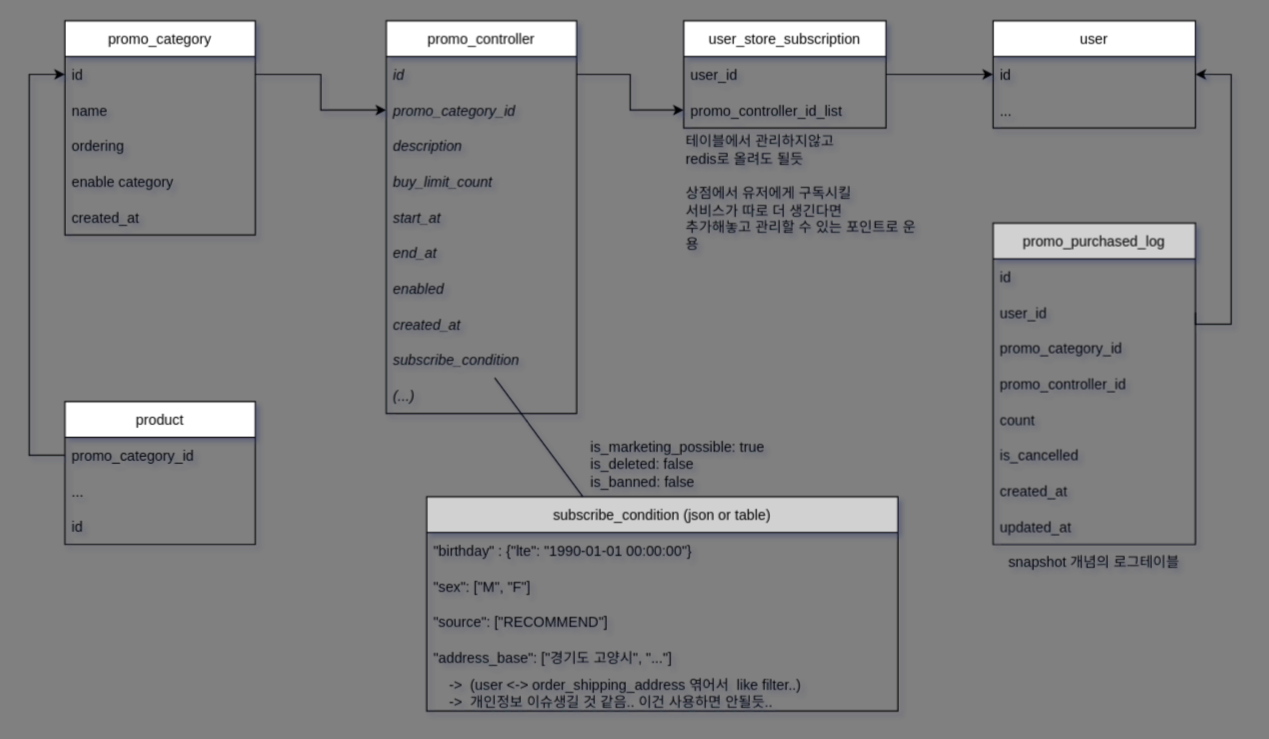
dev4hobby/promo-tables keeps this draw.io diagram as docs/promotion.drawio. Above is the earlier version. Source tidied: cells renumbered, new cells numbered last; positions are measured from the earlier drawing's top-left corner, leaving out a move shared by most shapes. Both pictures are drawn from the tidied source at 119%, with x=0, y=0 at pixel (29, 20).
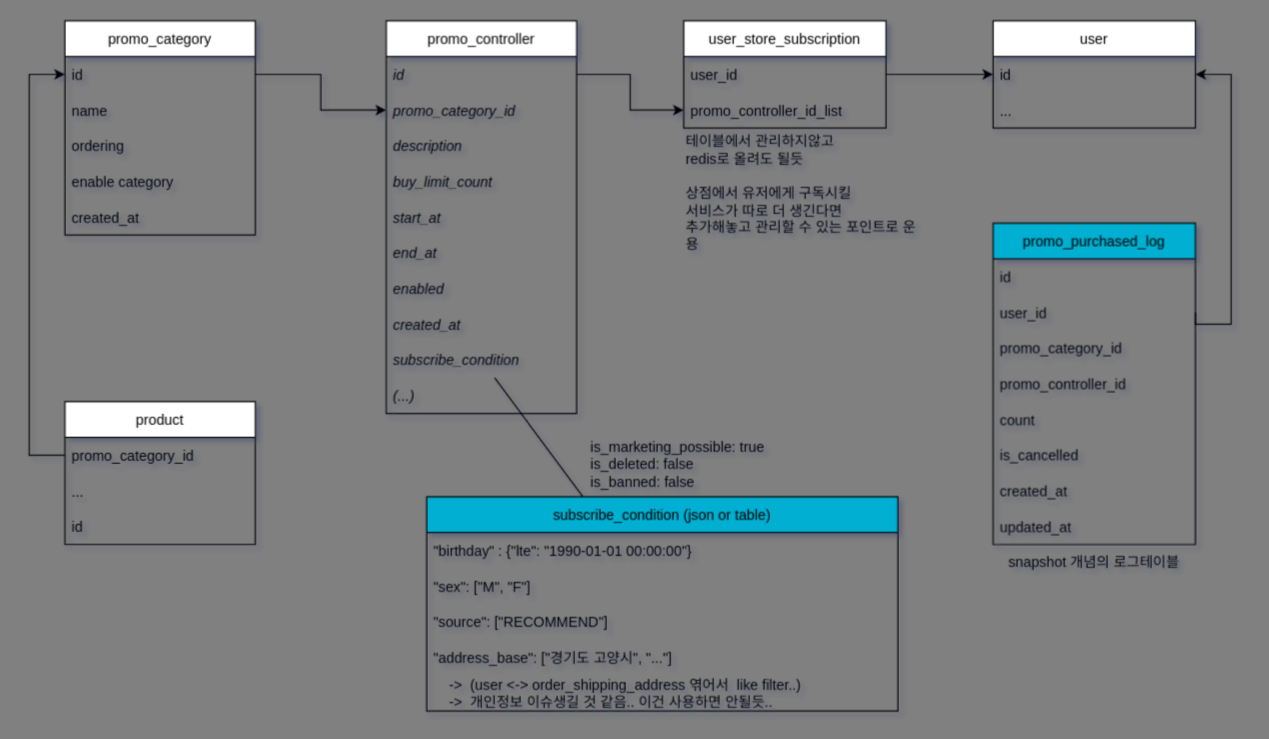
Above is the later version.

Diff of the diagram source:
```diff
@@
-    <mxCell id="23" value="promo_purchased_log" style="swimlane;fontStyle=0;horizontal=1;startSize=30;fillColor=#D1D1D1;" parent="1" vertex="1">
+    <mxCell id="23" value="promo_purchased_log" style="swimlane;fontStyle=0;horizontal=1;startSize=30;fillColor=#04AFD1;" parent="1" vertex="1">
       <mxGeometry x="810" y="170" width="170" height="270" as="geometry" />
     </mxCell>
@@
-    <mxCell id="42" value="subscribe_condition (json or table)" style="swimlane;fontStyle=0;horizontal=1;startSize=30;fillColor=#D1D1D1;" parent="1" vertex="1">
+    <mxCell id="42" value="subscribe_condition (json or table)" style="swimlane;fontStyle=0;horizontal=1;startSize=30;fillColor=#04AFD1;" parent="1" vertex="1">
       <mxGeometry x="334" y="400" width="396" height="180" as="geometry" />
     </mxCell>
```
